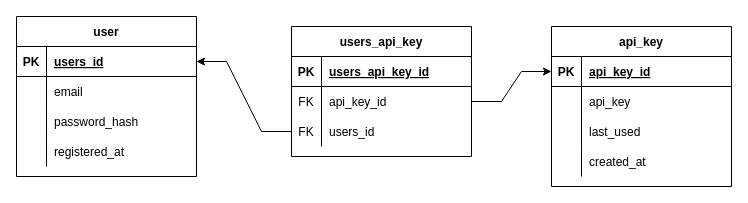
Earlier version of the draw.io diagram main-instance-services/rest-api-service/erd.drawio (Sanil2108/machine-learning-model-monitoring). Source tidied: cells renumbered, new cells numbered last; positions are measured from the earlier drawing's top-left corner, leaving out a move shared by most shapes. Both pictures are drawn from the tidied source at 100%, with x=0, y=0 at pixel (16, 16).
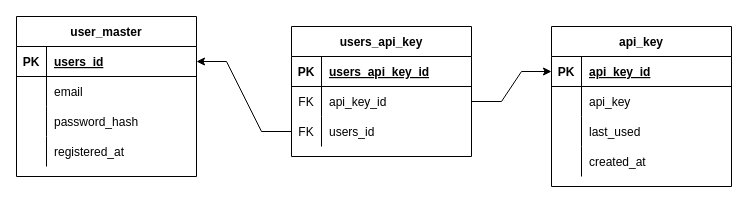
After the change.

The edit, as a diff of the source:
```diff
@@
-    <mxCell id="2" value="user" style="shape=table;startSize=30;childLayout=tableLayout;rowLines=0;fontStyle=1;align=center;" parent="1" vertex="1">
+    <mxCell id="2" value="user_master" style="shape=table;startSize=30;childLayout=tableLayout;rowLines=0;fontStyle=1;align=center;" parent="1" vertex="1">
       <mxGeometry width="180" height="160" as="geometry" />
     </mxCell>
```
